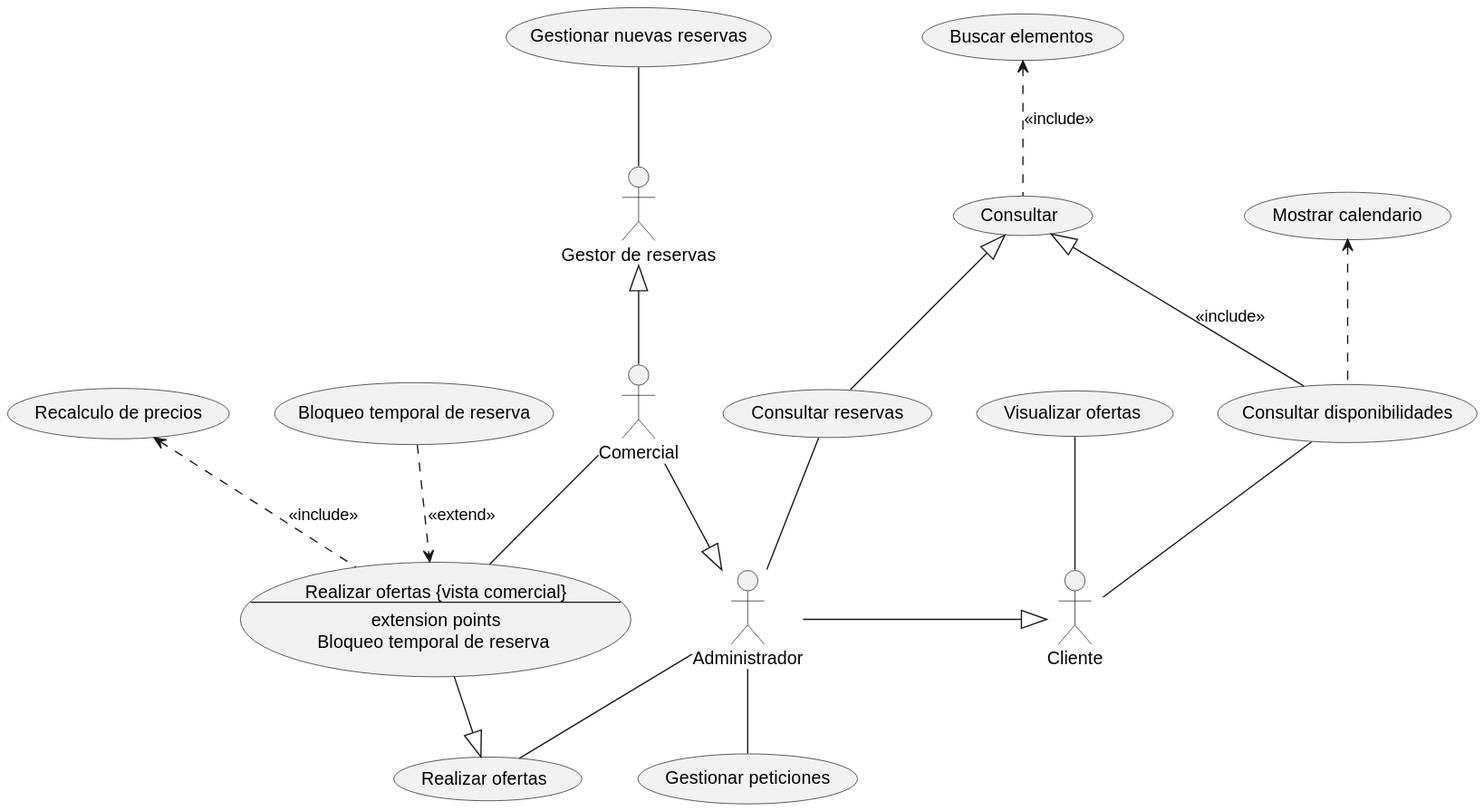
This is out/lab0/source/Compania hotelera/CompaniaHotelera.svg from cgg734/INRE-UAL-MORADO-2022-2023, a PlantUML export, as it was before one commit.
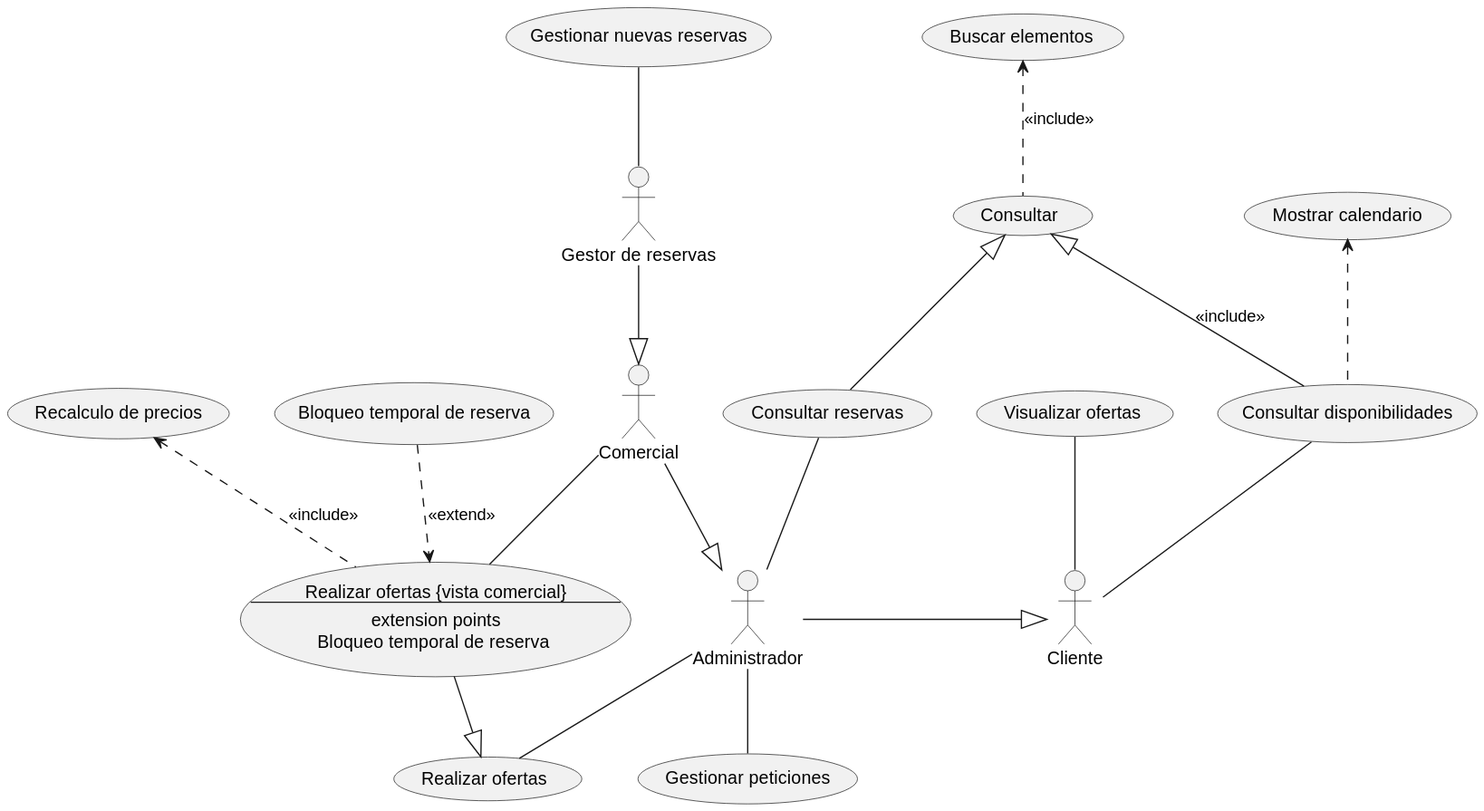
After the change.

Commit message:
Arreglo compañia hotelera

What changed in the source:
```diff
@@ -29,7 +29,7 @@
 
 actor Comercial
 
-Comercial-up-|> :Gestor de reservas:
+Comercial<|-up- :Gestor de reservas:
 Comercial-right-|> Administrador
 
 usecase (Gestionar nuevas reservas) as GestNReser
```
